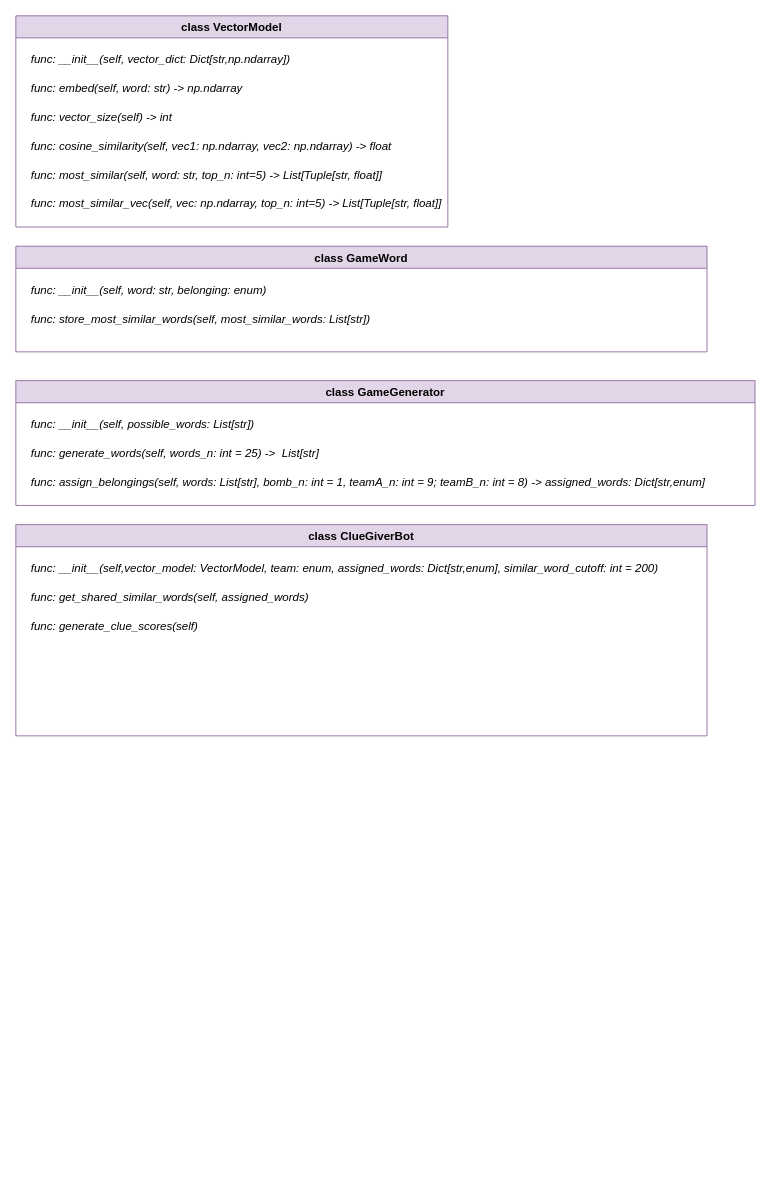
The draw.io diagram doc/flowcharts/Codenames Code Execution.drawio in msmeka2s/codenames, before the edit. Source tidied: cells renumbered, new cells numbered last; positions are measured from the earlier drawing's top-left corner, leaving out a move shared by most shapes. Both pictures are drawn from the tidied source at 96%, with x=0, y=0 at pixel (15, 15).
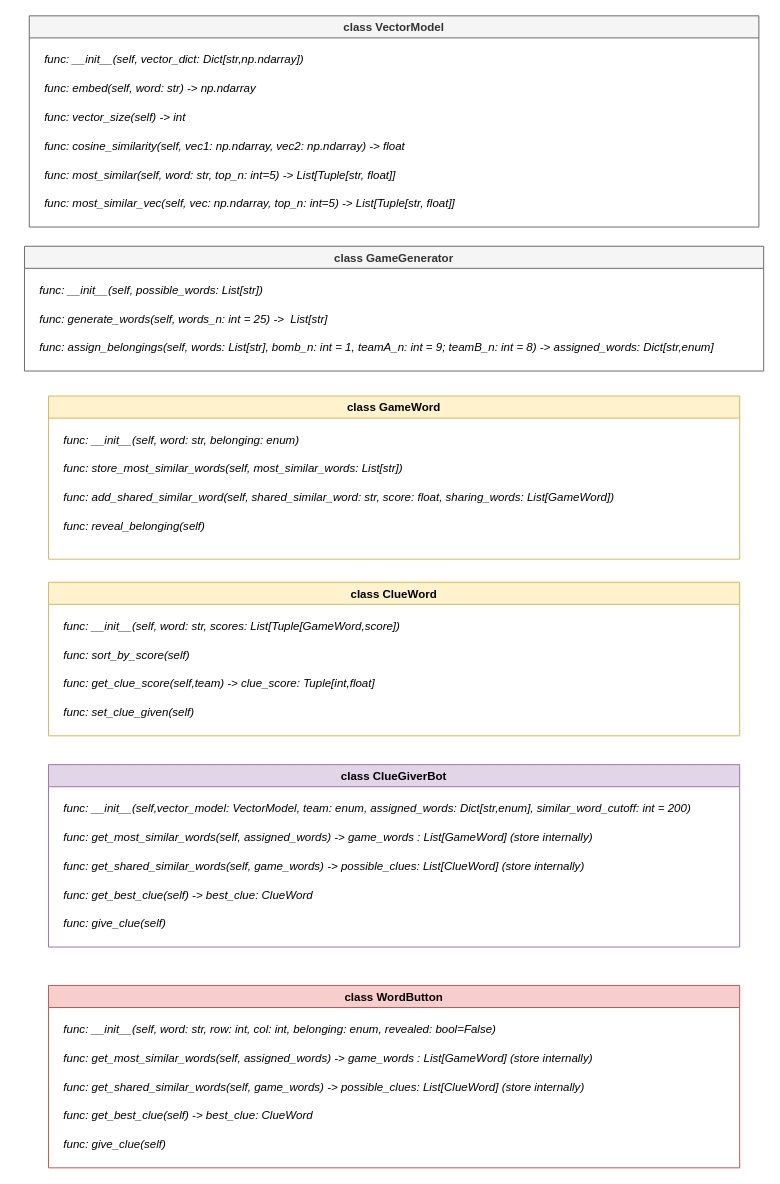
Above is the later version.

Commit message (it also covers changes not shown here):
add hitboxes to pygame tutorial, update code execution flowchart

What changed in the source:
```diff
@@
-    <mxCell id="2" value="class VectorModel" style="swimlane;startSize=23;fillColor=#e1d5e7;strokeColor=#9673a6;" parent="1" vertex="1">
-      <mxGeometry width="450" height="220" as="geometry" />
+    <mxCell id="2" value="class VectorModel" style="swimlane;startSize=23;fillColor=#f5f5f5;strokeColor=#666666;fontColor=#333333;" parent="1" vertex="1">
+      <mxGeometry x="14" width="760" height="220" as="geometry" />
     </mxCell>
@@
     <mxCell id="9" value="class ClueGiverBot" style="swimlane;startSize=23;fillColor=#e1d5e7;strokeColor=#9673a6;" parent="1" vertex="1">
-      <mxGeometry y="530" width="720" height="220" as="geometry" />
+      <mxGeometry x="34" y="780" width="720" height="190" as="geometry" />
     </mxCell>
@@
-    <mxCell id="11" value="func: get_shared_similar_words(self, assigned_words)  " style="text;strokeColor=none;fillColor=none;align=left;verticalAlign=middle;spacingLeft=4;spacingRight=4;overflow=hidden;fontStyle=2;" parent="9" vertex="1">
-      <mxGeometry x="10" y="60" width="660" height="30" as="geometry" />
+    <mxCell id="11" value="func: get_shared_similar_words(self, game_words) -&gt; possible_clues: List[ClueWord] (store internally)" style="text;strokeColor=none;fillColor=none;align=left;verticalAlign=middle;spacingLeft=4;spacingRight=4;overflow=hidden;fontStyle=2;" parent="9" vertex="1">
+      <mxGeometry x="10" y="90" width="660" height="30" as="geometry" />
     </mxCell>
-    <mxCell id="12" value="func: generate_clue_scores(self)" style="text;strokeColor=none;fillColor=none;align=left;verticalAlign=middle;spacingLeft=4;spacingRight=4;overflow=hidden;fontStyle=2;" parent="9" vertex="1">
-      <mxGeometry x="10" y="90" width="660" height="30" as="geometry" />
+    <mxCell id="12" value="func: get_best_clue(self) -&gt; best_clue: ClueWord" style="text;strokeColor=none;fillColor=none;align=left;verticalAlign=middle;spacingLeft=4;spacingRight=4;overflow=hidden;fontStyle=2;" parent="9" vertex="1">
+      <mxGeometry x="10" y="120" width="660" height="30" as="geometry" />
     </mxCell>
+    <mxCell id="20" value="func: get_most_similar_words(self, assigned_words) -&gt; game_words : List[GameWord] (store internally)" style="text;strokeColor=none;fillColor=none;align=left;verticalAlign=middle;spacingLeft=4;spacingRight=4;overflow=hidden;fontStyle=2;" parent="9" vertex="1">
+      <mxGeometry x="10" y="60" width="660" height="30" as="geometry" />
+    </mxCell>
+    <mxCell id="21" value="func: give_clue(self) " style="text;strokeColor=none;fillColor=none;align=left;verticalAlign=middle;spacingLeft=4;spacingRight=4;overflow=hidden;fontStyle=2;" parent="9" vertex="1">
+      <mxGeometry x="10" y="150" width="660" height="30" as="geometry" />
+    </mxCell>
-    <mxCell id="13" value="class GameGenerator" style="swimlane;startSize=23;fillColor=#e1d5e7;strokeColor=#9673a6;" parent="1" vertex="1">
-      <mxGeometry y="380" width="770" height="130" as="geometry" />
+    <mxCell id="13" value="class GameGenerator" style="swimlane;startSize=23;fillColor=#f5f5f5;strokeColor=#666666;fontColor=#333333;" parent="1" vertex="1">
+      <mxGeometry x="9" y="240" width="770" height="130" as="geometry" />
     </mxCell>
@@
-    <mxCell id="17" value="class GameWord" style="swimlane;startSize=23;fillColor=#e1d5e7;strokeColor=#9673a6;" parent="1" vertex="1">
-      <mxGeometry y="240" width="720" height="110" as="geometry" />
+    <mxCell id="17" value="class GameWord" style="swimlane;startSize=23;fillColor=#fff2cc;strokeColor=#d6b656;" parent="1" vertex="1">
+      <mxGeometry x="34" y="396" width="720" height="170" as="geometry" />
     </mxCell>
@@
+    <mxCell id="22" value="func: add_shared_similar_word(self, shared_similar_word: str, score: float, sharing_words: List[GameWord])" style="text;strokeColor=none;fillColor=none;align=left;verticalAlign=middle;spacingLeft=4;spacingRight=4;overflow=hidden;fontStyle=2;" parent="17" vertex="1">
+      <mxGeometry x="10" y="90" width="660" height="30" as="geometry" />
+    </mxCell>
+    <mxCell id="23" value="func: reveal_belonging(self)" style="text;strokeColor=none;fillColor=none;align=left;verticalAlign=middle;spacingLeft=4;spacingRight=4;overflow=hidden;fontStyle=2;" parent="17" vertex="1">
+      <mxGeometry x="10" y="120" width="660" height="30" as="geometry" />
+    </mxCell>
+    <mxCell id="24" value="class ClueWord" style="swimlane;startSize=23;fillColor=#fff2cc;strokeColor=#d6b656;" parent="1" vertex="1">
+      <mxGeometry x="34" y="590" width="720" height="160" as="geometry" />
+    </mxCell>
+    <mxCell id="25" value="func: __init__(self, word: str, scores: List[Tuple[GameWord,score])" style="text;strokeColor=none;fillColor=none;align=left;verticalAlign=middle;spacingLeft=4;spacingRight=4;overflow=hidden;fontStyle=2;" parent="24" vertex="1">
+      <mxGeometry x="10" y="30" width="700" height="30" as="geometry" />
+    </mxCell>
+    <mxCell id="26" value="func: get_clue_score(self,team) -&gt; clue_score: Tuple[int,float]" style="text;strokeColor=none;fillColor=none;align=left;verticalAlign=middle;spacingLeft=4;spacingRight=4;overflow=hidden;fontStyle=2;" parent="24" vertex="1">
+      <mxGeometry x="10" y="90" width="660" height="30" as="geometry" />
+    </mxCell>
+    <mxCell id="27" value="func: set_clue_given(self)" style="text;strokeColor=none;fillColor=none;align=left;verticalAlign=middle;spacingLeft=4;spacingRight=4;overflow=hidden;fontStyle=2;" parent="24" vertex="1">
+      <mxGeometry x="10" y="120" width="660" height="30" as="geometry" />
+    </mxCell>
+    <mxCell id="28" value="func: sort_by_score(self)" style="text;strokeColor=none;fillColor=none;align=left;verticalAlign=middle;spacingLeft=4;spacingRight=4;overflow=hidden;fontStyle=2;" parent="24" vertex="1">
+      <mxGeometry x="10" y="60" width="660" height="30" as="geometry" />
+    </mxCell>
+    <mxCell id="29" value="class WordButton" style="swimlane;startSize=23;fillColor=#f8cecc;strokeColor=#b85450;" parent="1" vertex="1">
+      <mxGeometry x="34" y="1010" width="720" height="190" as="geometry" />
+    </mxCell>
+    <mxCell id="30" value="func: __init__(self, word: str, row: int, col: int, belonging: enum, revealed: bool=False)" style="text;strokeColor=none;fillColor=none;align=left;verticalAlign=middle;spacingLeft=4;spacingRight=4;overflow=hidden;fontStyle=2;" parent="29" vertex="1">
+      <mxGeometry x="10" y="30" width="700" height="30" as="geometry" />
+    </mxCell>
+    <mxCell id="31" value="func: get_shared_similar_words(self, game_words) -&gt; possible_clues: List[ClueWord] (store internally)" style="text;strokeColor=none;fillColor=none;align=left;verticalAlign=middle;spacingLeft=4;spacingRight=4;overflow=hidden;fontStyle=2;" parent="29" vertex="1">
+      <mxGeometry x="10" y="90" width="660" height="30" as="geometry" />
+    </mxCell>
+    <mxCell id="32" value="func: get_best_clue(self) -&gt; best_clue: ClueWord" style="text;strokeColor=none;fillColor=none;align=left;verticalAlign=middle;spacingLeft=4;spacingRight=4;overflow=hidden;fontStyle=2;" parent="29" vertex="1">
+      <mxGeometry x="10" y="120" width="660" height="30" as="geometry" />
+    </mxCell>
+    <mxCell id="33" value="func: get_most_similar_words(self, assigned_words) -&gt; game_words : List[GameWord] (store internally)" style="text;strokeColor=none;fillColor=none;align=left;verticalAlign=middle;spacingLeft=4;spacingRight=4;overflow=hidden;fontStyle=2;" parent="29" vertex="1">
+      <mxGeometry x="10" y="60" width="660" height="30" as="geometry" />
+    </mxCell>
+    <mxCell id="34" value="func: give_clue(self) " style="text;strokeColor=none;fillColor=none;align=left;verticalAlign=middle;spacingLeft=4;spacingRight=4;overflow=hidden;fontStyle=2;" parent="29" vertex="1">
+      <mxGeometry x="10" y="150" width="660" height="30" as="geometry" />
+    </mxCell>
```
